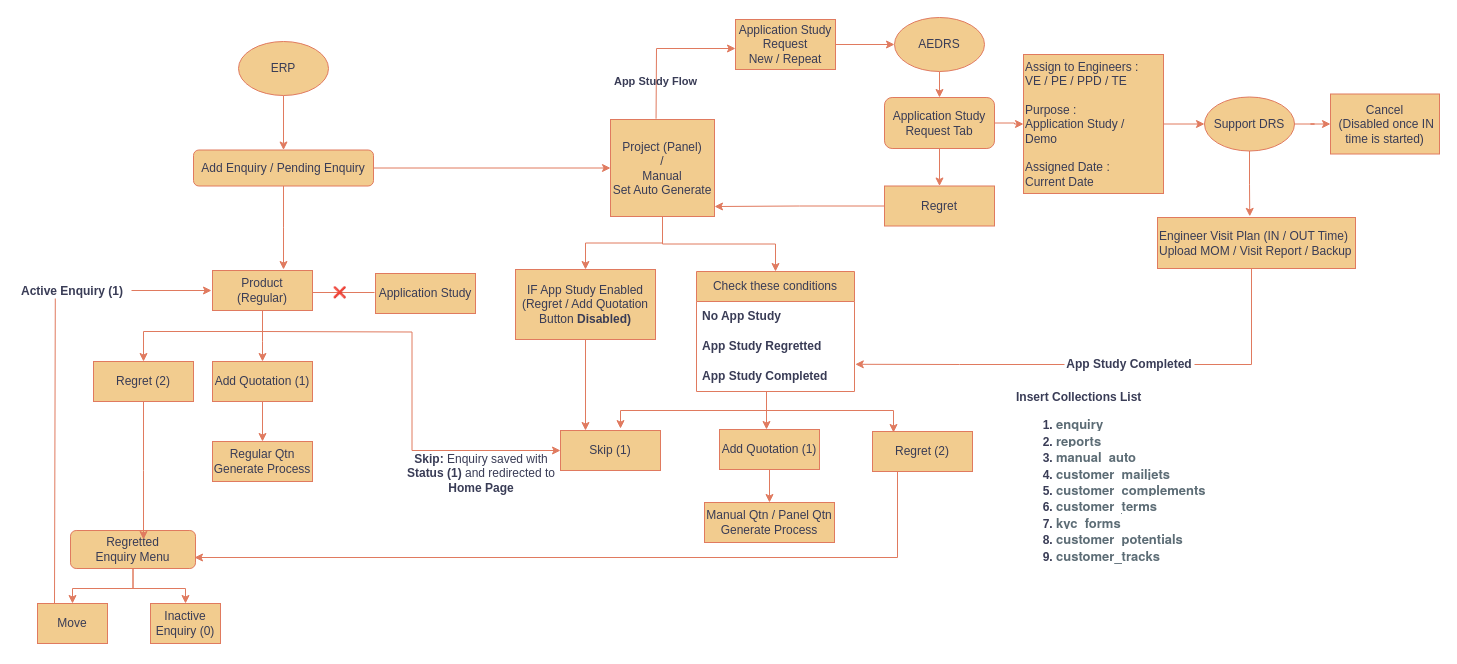
Before: page "Add Enquiry / Pending Enquiry" (2 of 9) of ERP_FLOW.drawio in Sathyapriya30/MERN_CRUD_BACKEND, a draw.io diagram. Source tidied: cells renumbered, new cells numbered last; positions are measured from the earlier drawing's top-left corner, leaving out a move shared by most shapes. Both pictures are drawn from the tidied source at 100%, with x=0, y=0 at pixel (17, 17).
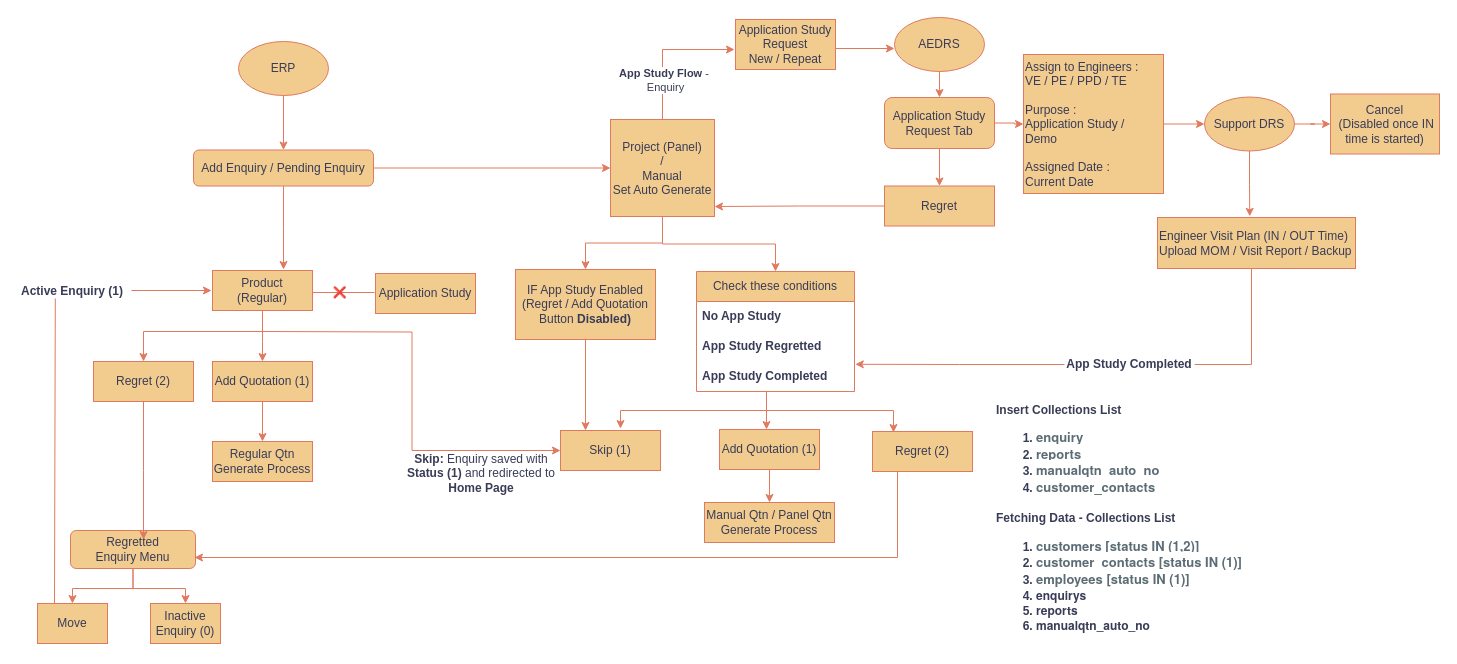
After the change.

The change refers to these unchanged cells:
```xml
<mxCell id="25" value="Project (Panel)&lt;br&gt;/&lt;br&gt;Manual&lt;br&gt;Set Auto Generate" style="rounded=0;whiteSpace=wrap;html=1;labelBackgroundColor=none;fillColor=#F2CC8F;strokeColor=#E07A5F;fontColor=#393C56;" parent="1" vertex="1">
  <mxGeometry x="593" y="102" width="104" height="97" as="geometry" />
</mxCell>
<mxCell id="32" value="Application Study Request&lt;br&gt;New / Repeat" style="rounded=0;whiteSpace=wrap;html=1;labelBackgroundColor=none;fillColor=#F2CC8F;strokeColor=#E07A5F;fontColor=#393C56;" parent="1" vertex="1">
  <mxGeometry x="718" y="2" width="100" height="50" as="geometry" />
</mxCell>
<mxCell id="39" value="AEDRS" style="ellipse;whiteSpace=wrap;html=1;labelBackgroundColor=none;fillColor=#F2CC8F;strokeColor=#E07A5F;fontColor=#393C56;" parent="1" vertex="1">
  <mxGeometry x="877" width="90" height="54" as="geometry" />
</mxCell>
```

The edit, as a diff of the source:
```diff
@@
-    <mxCell id="31" style="edgeStyle=orthogonalEdgeStyle;rounded=0;jettySize=auto;html=1;entryX=0;entryY=0.5;entryDx=0;entryDy=0;labelBackgroundColor=none;strokeColor=#E07A5F;fontColor=default;" parent="1" edge="1" source="32" target="39">
-      <mxGeometry relative="1" as="geometry" />
+    <mxCell id="31" style="edgeStyle=orthogonalEdgeStyle;rounded=0;orthogonalLoop=1;jettySize=auto;html=1;entryX=0;entryY=0.5;entryDx=0;entryDy=0;labelBackgroundColor=none;strokeColor=#E07A5F;fontColor=default;" parent="1" edge="1">
+      <mxGeometry relative="1" as="geometry">
+        <mxPoint x="818" y="31" as="sourcePoint" />
+        <mxPoint x="877" y="31" as="targetPoint" />
+      </mxGeometry>
     </mxCell>
@@
-    <mxCell id="59" style="endArrow=classic;html=1;rounded=0;strokeColor=#E07A5F;fontColor=default;fillColor=#F2CC8F;exitX=0.438;exitY=-0.008;exitDx=0;exitDy=0;exitPerimeter=0;labelBackgroundColor=none;" parent="1" edge="1" source="25">
-      <mxGeometry relative="1" as="geometry">
-        <mxPoint x="718" y="31" as="targetPoint" />
-        <Array as="points">
-          <mxPoint x="639" y="31" />
-        </Array>
-      </mxGeometry>
-    </mxCell>
-    <mxCell id="60" value="&lt;b&gt;App Study Flow&lt;/b&gt;" style="edgeLabel;html=1;align=center;verticalAlign=middle;strokeColor=#E07A5F;fontColor=#393C56;fillColor=#F2CC8F;labelBackgroundColor=none;" parent="59" vertex="1">
-      <mxGeometry relative="1" as="geometry">
-        <mxPoint x="-6" y="32" as="offset" />
-      </mxGeometry>
-    </mxCell>
-    <mxCell id="61" style="edgeLabel;html=1;align=left;verticalAlign=bottom;strokeColor=#E07A5F;fontColor=#393C56;fillColor=#F2CC8F;labelBackgroundColor=none;" parent="59" vertex="1">
-      <mxGeometry x="-1" relative="1" as="geometry" />
-    </mxCell>
-    <mxCell id="62" style="edgeLabel;html=1;align=center;verticalAlign=middle;strokeColor=#E07A5F;fontColor=#393C56;fillColor=#F2CC8F;labelBackgroundColor=none;" parent="59" vertex="1">
-      <mxGeometry x="-0.54" y="-1" relative="1" as="geometry" />
-    </mxCell>
@@
-    <mxCell id="69" value="&lt;div align=&quot;left&quot;&gt;&lt;b&gt;&lt;span&gt;Insert Collections List&lt;/span&gt;&lt;/b&gt;&lt;ol&gt;&lt;li&gt;&lt;b&gt;&lt;span style=&quot;color: rgb(92, 108, 117); font-family: &amp;quot;Euclid Circular A&amp;quot;, &amp;quot;Helvetica Neue&amp;quot;, Helvetica, Arial, sans-serif; font-size: 13px; font-style: normal; font-variant-ligatures: normal; font-variant-caps: normal; letter-spacing: normal; text-indent: 0px; text-transform: none; word-spacing: 0px; -webkit-text-stroke-width: 0px; white-space: nowrap; background-color: rgb(255, 255, 255); text-decoration-thickness: initial; text-decoration-style: initial; text-decoration-color: initial; display: inline !important; float: none;&quot;&gt;enquiry&lt;/span&gt;&lt;/b&gt;&lt;/li&gt;&lt;li&gt;&lt;b&gt;&lt;span style=&quot;color: rgb(92, 108, 117); font-family: &amp;quot;Euclid Circular A&amp;quot;, &amp;quot;Helvetica Neue&amp;quot;, Helvetica, Arial, sans-serif; font-size: 13px; font-style: normal; font-variant-ligatures: normal; font-variant-caps: normal; letter-spacing: normal; text-indent: 0px; text-transform: none; word-spacing: 0px; -webkit-text-stroke-width: 0px; white-space: nowrap; background-color: rgb(255, 255, 255); text-decoration-thickness: initial; text-decoration-style: initial; text-decoration-color: initial; display: inline !important; float: none;&quot;&gt;reports&lt;/span&gt;&lt;/b&gt;&lt;/li&gt;&lt;li&gt;&lt;b&gt;&lt;span style=&quot;color: rgb(92, 108, 117); font-family: &amp;quot;Euclid Circular A&amp;quot;, &amp;quot;Helvetica Neue&amp;quot;, Helvetica, Arial, sans-serif; font-size: 13px; font-style: normal; font-variant-ligatures: normal; font-variant-caps: normal; letter-spacing: normal; text-indent: 0px; text-transform: none; word-spacing: 0px; -webkit-text-stroke-width: 0px; white-space: nowrap; background-color: rgb(255, 255, 255); text-decoration-thickness: initial; text-decoration-style: initial; text-decoration-color: initial; display: inline !important; float: none;&quot;&gt;manual_auto&lt;/span&gt;&lt;/b&gt;&lt;/li&gt;&lt;li&gt;&lt;b&gt;&lt;span style=&quot;color: rgb(92, 108, 117); font-family: &amp;quot;Euclid Circular A&amp;quot;, &amp;quot;Helvetica Neue&amp;quot;, Helvetica, Arial, sans-serif; font-size: 13px; font-style: normal; font-variant-ligatures: normal; font-variant-caps: normal; letter-spacing: normal; text-indent: 0px; text-transform: none; word-spacing: 0px; -webkit-text-stroke-width: 0px; white-space: nowrap; background-color: rgb(255, 255, 255); text-decoration-thickness: initial; text-decoration-style: initial; text-decoration-color: initial; display: inline !important; float: none;&quot;&gt;customer_mailjets&lt;/span&gt;&lt;/b&gt;&lt;/li&gt;&lt;li&gt;&lt;b&gt;&lt;span style=&quot;color: rgb(92, 108, 117); font-family: &amp;quot;Euclid Circular A&amp;quot;, &amp;quot;Helvetica Neue&amp;quot;, Helvetica, Arial, sans-serif; font-size: 13px; font-style: normal; font-variant-ligatures: normal; font-variant-caps: normal; letter-spacing: normal; text-indent: 0px; text-transform: none; word-spacing: 0px; -webkit-text-stroke-width: 0px; white-space: nowrap; background-color: rgb(255, 255, 255); text-decoration-thickness: initial; text-decoration-style: initial; text-decoration-color: initial; display: inline !important; float: none;&quot;&gt;customer_complements&lt;/span&gt;&lt;/b&gt;&lt;/li&gt;&lt;li&gt;&lt;b&gt;&lt;span style=&quot;color: rgb(92, 108, 117); font-family: &amp;quot;Euclid Circular A&amp;quot;, &amp;quot;Helvetica Neue&amp;quot;, Helvetica, Arial, sans-serif; font-size: 13px; font-style: normal; font-variant-ligatures: normal; font-variant-caps: normal; letter-spacing: normal; text-indent: 0px; text-transform: none; word-spacing: 0px; -webkit-text-stroke-width: 0px; white-space: nowrap; background-color: rgb(255, 255, 255); text-decoration-thickness: initial; text-decoration-style: initial; text-decoration-color: initial; display: inline !important; float: none;&quot;&gt;customer_terms&lt;/span&gt;&lt;/b&gt;&lt;/li&gt;&lt;li&gt;&lt;b&gt;&lt;span style=&quot;color: rgb(92, 108, 117); font-family: &amp;quot;Euclid Circular A&amp;quot;, &amp;quot;Helvetica Neue&amp;quot;, Helvetica, Arial, sans-serif; font-size: 13px; font-style: normal; font-variant-ligatures: normal; font-variant-caps: normal; letter-spacing: normal; text-indent: 0px; text-transform: none; word-spacing: 0px; -webkit-text-stroke-width: 0px; white-space: nowrap; background-color: rgb(255, 255, 255); text-decoration-thickness: initial; text-decoration-style: initial; text-decoration-color: initial; display: inline !important; float: none;&quot;&gt;kyc_forms&lt;/span&gt;&lt;/b&gt;&lt;/li&gt;&lt;li&gt;&lt;b&gt;&lt;span style=&quot;color: rgb(92, 108, 117); font-family: &amp;quot;Euclid Circular A&amp;quot;, &amp;quot;Helvetica Neue&amp;quot;, Helvetica, Arial, sans-serif; font-size: 13px; font-style: normal; font-variant-ligatures: normal; font-variant-caps: normal; letter-spacing: normal; text-indent: 0px; text-transform: none; word-spacing: 0px; -webkit-text-stroke-width: 0px; white-space: nowrap; background-color: rgb(255, 255, 255); text-decoration-thickness: initial; text-decoration-style: initial; text-decoration-color: initial; display: inline !important; float: none;&quot;&gt;customer_potentials&lt;/span&gt;&lt;/b&gt;&lt;/li&gt;&lt;li&gt;&lt;b&gt;&lt;span style=&quot;color: rgb(92, 108, 117); font-family: &amp;quot;Euclid Circular A&amp;quot;, &amp;quot;Helvetica Neue&amp;quot;, Helvetica, Arial, sans-serif; font-size: 13px; font-style: normal; font-variant-ligatures: normal; font-variant-caps: normal; letter-spacing: normal; text-indent: 0px; text-transform: none; word-spacing: 0px; -webkit-text-stroke-width: 0px; white-space: nowrap; background-color: rgb(255, 255, 255); text-decoration-thickness: initial; text-decoration-style: initial; text-decoration-color: initial; display: inline !important; float: none;&quot;&gt;customer_tracks&lt;/span&gt;&lt;/b&gt;&lt;/li&gt;&lt;/ol&gt;&lt;/div&gt;" style="text;html=1;whiteSpace=wrap;overflow=hidden;rounded=0;labelBackgroundColor=none;fontColor=#393C56;fontStyle=1;" parent="1" vertex="1">
-      <mxGeometry x="996.5" y="366" width="231" height="180" as="geometry" />
+    <mxCell id="69" value="&lt;div align=&quot;left&quot;&gt;&lt;b&gt;&lt;span&gt;Insert Collections List&lt;/span&gt;&lt;/b&gt;&lt;ol&gt;&lt;li&gt;&lt;b&gt;&lt;span style=&quot;color: rgb(92, 108, 117); font-family: &amp;quot;Euclid Circular A&amp;quot;, &amp;quot;Helvetica Neue&amp;quot;, Helvetica, Arial, sans-serif; font-size: 13px; font-style: normal; font-variant-ligatures: normal; font-variant-caps: normal; letter-spacing: normal; text-indent: 0px; text-transform: none; word-spacing: 0px; -webkit-text-stroke-width: 0px; white-space: nowrap; background-color: rgb(255, 255, 255); text-decoration-thickness: initial; text-decoration-style: initial; text-decoration-color: initial; display: inline !important; float: none;&quot;&gt;enquiry&lt;/span&gt;&lt;/b&gt;&lt;/li&gt;&lt;li&gt;&lt;b&gt;&lt;span style=&quot;color: rgb(92, 108, 117); font-family: &amp;quot;Euclid Circular A&amp;quot;, &amp;quot;Helvetica Neue&amp;quot;, Helvetica, Arial, sans-serif; font-size: 13px; font-style: normal; font-variant-ligatures: normal; font-variant-caps: normal; letter-spacing: normal; text-indent: 0px; text-transform: none; word-spacing: 0px; -webkit-text-stroke-width: 0px; white-space: nowrap; background-color: rgb(255, 255, 255); text-decoration-thickness: initial; text-decoration-style: initial; text-decoration-color: initial; display: inline !important; float: none;&quot;&gt;reports&lt;/span&gt;&lt;/b&gt;&lt;/li&gt;&lt;li&gt;&lt;b&gt;&lt;span style=&quot;color: rgb(92, 108, 117); font-family: &amp;quot;Euclid Circular A&amp;quot;, &amp;quot;Helvetica Neue&amp;quot;, Helvetica, Arial, sans-serif; font-size: 13px; font-style: normal; font-variant-ligatures: normal; font-variant-caps: normal; letter-spacing: normal; text-indent: 0px; text-transform: none; word-spacing: 0px; -webkit-text-stroke-width: 0px; white-space: nowrap; background-color: rgb(255, 255, 255); text-decoration-thickness: initial; text-decoration-style: initial; text-decoration-color: initial; display: inline !important; float: none;&quot;&gt;manualqtn_auto_no&lt;/span&gt;&lt;/b&gt;&lt;/li&gt;&lt;li&gt;&lt;b&gt;&lt;span style=&quot;color: rgb(92, 108, 117); font-family: &amp;quot;Euclid Circular A&amp;quot;, &amp;quot;Helvetica Neue&amp;quot;, Helvetica, Arial, sans-serif; font-size: 13px; font-style: normal; font-variant-ligatures: normal; font-variant-caps: normal; letter-spacing: normal; text-indent: 0px; text-transform: none; word-spacing: 0px; -webkit-text-stroke-width: 0px; white-space: nowrap; background-color: rgb(255, 255, 255); text-decoration-thickness: initial; text-decoration-style: initial; text-decoration-color: initial; display: inline !important; float: none;&quot;&gt;customer_contacts&lt;/span&gt;&lt;/b&gt;&lt;/li&gt;&lt;/ol&gt;&lt;/div&gt;" style="text;html=1;whiteSpace=wrap;overflow=hidden;rounded=0;labelBackgroundColor=none;fontColor=#393C56;fontStyle=1;" parent="1" vertex="1">
+      <mxGeometry x="977" y="379" width="190" height="106" as="geometry" />
     </mxCell>
+    <mxCell id="70" style="endArrow=classic;html=1;rounded=0;strokeColor=#E07A5F;fontColor=#393C56;fillColor=#F2CC8F;exitX=0.5;exitY=0;exitDx=0;exitDy=0;" parent="1" edge="1" source="25">
+      <mxGeometry relative="1" as="geometry">
+        <mxPoint x="717" y="32" as="targetPoint" />
+        <Array as="points">
+          <mxPoint x="645" y="32" />
+        </Array>
+      </mxGeometry>
+    </mxCell>
+    <mxCell id="71" value="&lt;div&gt;&lt;b&gt;App Study Flow&lt;/b&gt;&amp;nbsp;-&amp;nbsp;&lt;/div&gt;&lt;div&gt;Enquiry&lt;/div&gt;" style="edgeLabel;html=1;align=center;verticalAlign=middle;strokeColor=#E07A5F;fontColor=#393C56;fillColor=#F2CC8F;" parent="70" vertex="1">
+      <mxGeometry relative="1" as="geometry">
+        <mxPoint x="1" y="30" as="offset" />
+      </mxGeometry>
+    </mxCell>
+    <mxCell id="72" value="&lt;div align=&quot;left&quot;&gt;&lt;b&gt;&lt;span&gt;Fetching Data - Collections List&lt;/span&gt;&lt;/b&gt;&lt;ol&gt;&lt;li&gt;&lt;b&gt;&lt;span style=&quot;color: rgb(92, 108, 117); font-family: &amp;quot;Euclid Circular A&amp;quot;, &amp;quot;Helvetica Neue&amp;quot;, Helvetica, Arial, sans-serif; font-size: 13px; font-style: normal; font-variant-ligatures: normal; font-variant-caps: normal; letter-spacing: normal; text-indent: 0px; text-transform: none; word-spacing: 0px; -webkit-text-stroke-width: 0px; white-space: nowrap; background-color: rgb(255, 255, 255); text-decoration-thickness: initial; text-decoration-style: initial; text-decoration-color: initial; display: inline !important; float: none;&quot;&gt;customers &lt;/span&gt;&lt;font style=&quot;font-size: 13px;&quot;&gt;&lt;span style=&quot;color: rgb(92, 108, 117); font-family: &amp;quot;Euclid Circular A&amp;quot;, &amp;quot;Helvetica Neue&amp;quot;, Helvetica, Arial, sans-serif; font-style: normal; font-variant-ligatures: normal; font-variant-caps: normal; letter-spacing: normal; text-indent: 0px; text-transform: none; word-spacing: 0px; -webkit-text-stroke-width: 0px; white-space: nowrap; background-color: rgb(255, 255, 255); text-decoration-thickness: initial; text-decoration-style: initial; text-decoration-color: initial; display: inline !important; float: none;&quot;&gt;[status IN (1,2)]&lt;/span&gt;&lt;/font&gt;&lt;/b&gt;&lt;/li&gt;&lt;li&gt;&lt;b&gt;&lt;span style=&quot;color: rgb(92, 108, 117); font-family: &amp;quot;Euclid Circular A&amp;quot;, &amp;quot;Helvetica Neue&amp;quot;, Helvetica, Arial, sans-serif; font-size: 13px; font-style: normal; font-variant-ligatures: normal; font-variant-caps: normal; letter-spacing: normal; text-indent: 0px; text-transform: none; word-spacing: 0px; -webkit-text-stroke-width: 0px; white-space: nowrap; background-color: rgb(255, 255, 255); text-decoration-thickness: initial; text-decoration-style: initial; text-decoration-color: initial; display: inline !important; float: none;&quot;&gt;customer_contacts&amp;nbsp;&lt;/span&gt;&lt;font style=&quot;font-size: 13px;&quot;&gt;&lt;span style=&quot;color: rgb(92, 108, 117); font-family: &amp;quot;Euclid Circular A&amp;quot;, &amp;quot;Helvetica Neue&amp;quot;, Helvetica, Arial, sans-serif; font-style: normal; font-variant-ligatures: normal; font-variant-caps: normal; letter-spacing: normal; text-indent: 0px; text-transform: none; word-spacing: 0px; -webkit-text-stroke-width: 0px; white-space: nowrap; background-color: rgb(255, 255, 255); text-decoration-thickness: initial; text-decoration-style: initial; text-decoration-color: initial; display: inline !important; float: none;&quot;&gt;[status IN (1)]&lt;/span&gt;&lt;/font&gt;&lt;/b&gt;&lt;/li&gt;&lt;li&gt;&lt;b&gt;&lt;span style=&quot;color: rgb(92, 108, 117); font-family: &amp;quot;Euclid Circular A&amp;quot;, &amp;quot;Helvetica Neue&amp;quot;, Helvetica, Arial, sans-serif; font-size: 13px; font-style: normal; font-variant-ligatures: normal; font-variant-caps: normal; letter-spacing: normal; text-indent: 0px; text-transform: none; word-spacing: 0px; -webkit-text-stroke-width: 0px; white-space: nowrap; background-color: rgb(255, 255, 255); text-decoration-thickness: initial; text-decoration-style: initial; text-decoration-color: initial; display: inline !important; float: none;&quot;&gt;employees&amp;nbsp;&lt;/span&gt;&lt;font style=&quot;font-size: 13px;&quot;&gt;&lt;span style=&quot;color: rgb(92, 108, 117); font-family: &amp;quot;Euclid Circular A&amp;quot;, &amp;quot;Helvetica Neue&amp;quot;, Helvetica, Arial, sans-serif; font-style: normal; font-variant-ligatures: normal; font-variant-caps: normal; letter-spacing: normal; text-indent: 0px; text-transform: none; word-spacing: 0px; -webkit-text-stroke-width: 0px; white-space: nowrap; background-color: rgb(255, 255, 255); text-decoration-thickness: initial; text-decoration-style: initial; text-decoration-color: initial; display: inline !important; float: none;&quot;&gt;[status IN (1)]&lt;/span&gt;&lt;/font&gt;&lt;/b&gt;&lt;/li&gt;&lt;li&gt;&lt;font face=&quot;Euclid Circular A, Helvetica Neue, Helvetica, Arial, sans-serif&quot;&gt;&lt;b&gt;enquirys&lt;/b&gt;&lt;/font&gt;&lt;/li&gt;&lt;li&gt;&lt;font face=&quot;Euclid Circular A, Helvetica Neue, Helvetica, Arial, sans-serif&quot;&gt;&lt;b&gt;reports&lt;/b&gt;&lt;/font&gt;&lt;/li&gt;&lt;li&gt;&lt;font face=&quot;Euclid Circular A, Helvetica Neue, Helvetica, Arial, sans-serif&quot;&gt;&lt;b&gt;manualqtn_auto_no&lt;/b&gt;&lt;/font&gt;&lt;/li&gt;&lt;/ol&gt;&lt;/div&gt;" style="text;html=1;whiteSpace=wrap;strokeColor=none;fillColor=none;align=left;verticalAlign=middle;rounded=0;labelBackgroundColor=none;fontColor=#393C56;fontStyle=1;" parent="1" vertex="1">
+      <mxGeometry x="977" y="492" width="283" height="137" as="geometry" />
+    </mxCell>
```
